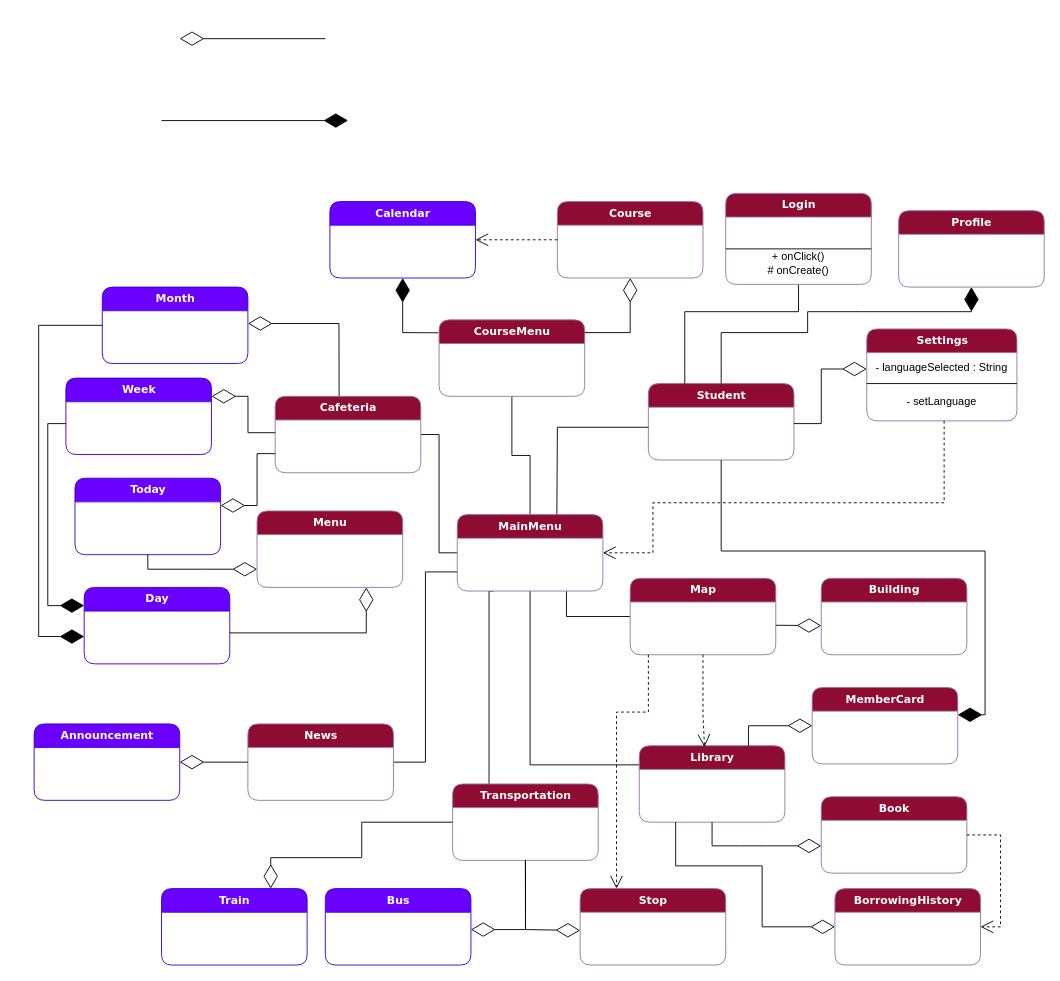
Earlier version of the draw.io diagram docs/Contributions/Vaggelis/Phase 3/domain-model-v0.2.drawio (Ibournakas/PaPapp). Source tidied: cells renumbered, new cells numbered last; positions are measured from the earlier drawing's top-left corner, leaving out a move shared by most shapes. Both pictures are drawn from the tidied source at 91%, with x=0, y=0 at pixel (34, 38).
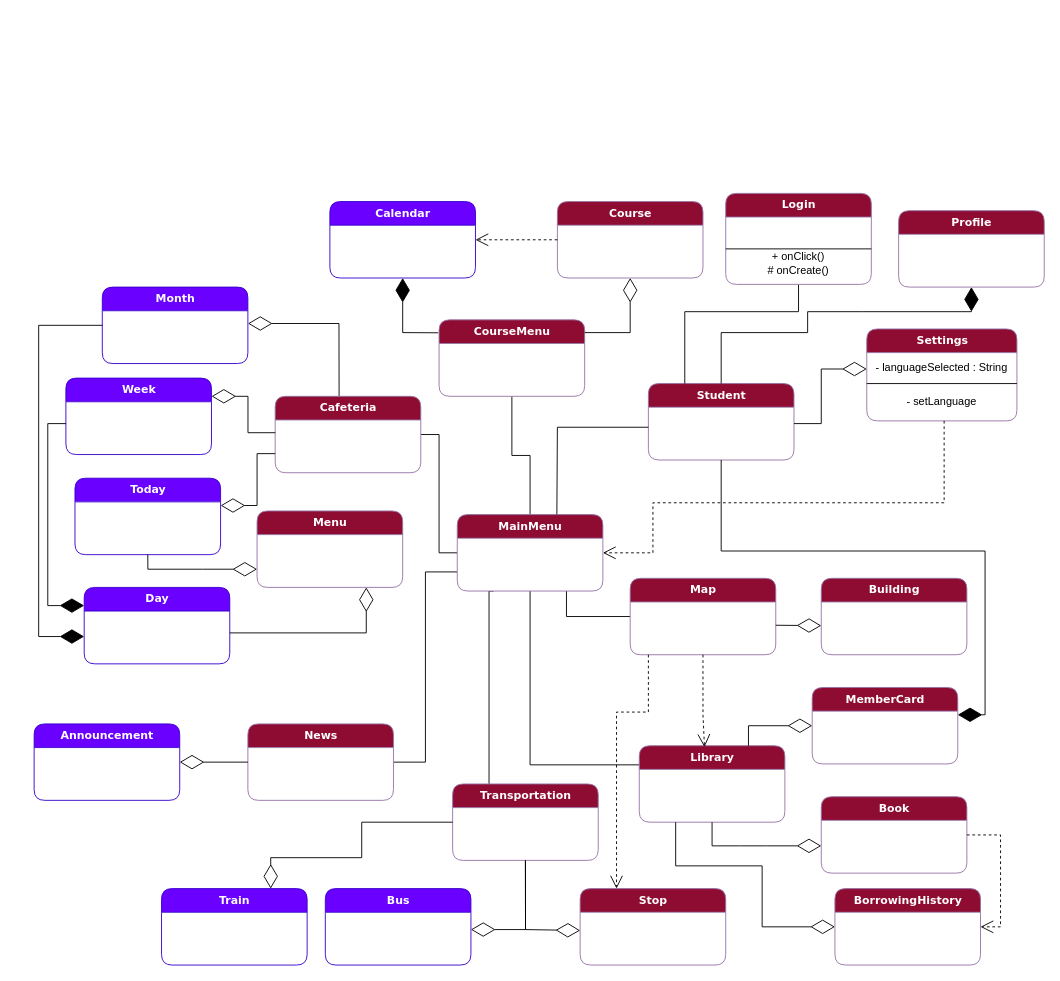
The same page after the edit.

The edit, as a diff of the source:
```diff
@@
-    <mxCell id="70" style="endArrow=diamondThin;endFill=1;endSize=24;html=1;rounded=0;" parent="1" edge="1">
-      <mxGeometry relative="1" as="geometry">
-        <mxPoint x="140" y="90" as="sourcePoint" />
-        <mxPoint x="345" y="90" as="targetPoint" />
-        <Array as="points">
-          <mxPoint x="140" y="90" />
-        </Array>
-      </mxGeometry>
-    </mxCell>
-    <mxCell id="71" style="endArrow=diamondThin;endFill=0;endSize=24;html=1;rounded=0;" parent="1" edge="1">
-      <mxGeometry relative="1" as="geometry">
-        <mxPoint x="320" as="sourcePoint" />
-        <mxPoint x="160" as="targetPoint" />
-      </mxGeometry>
-    </mxCell>
```
